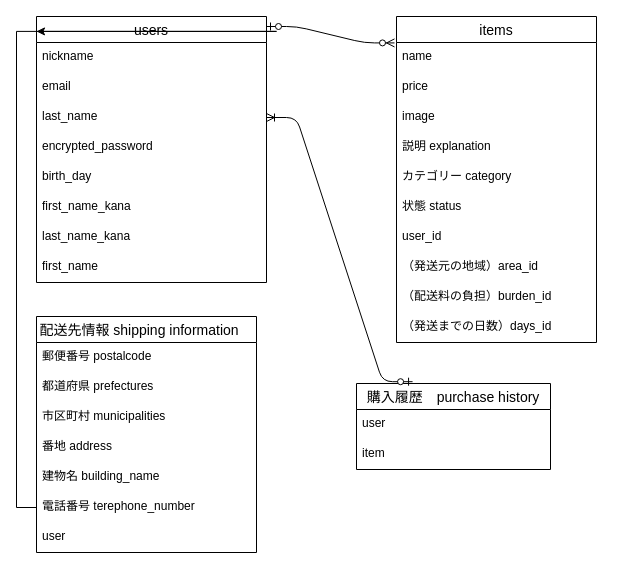
Above: app/views/test.dio in taiga0529/furima-36891 (draw.io), before the change. Source tidied: cells renumbered, new cells numbered last; positions are measured from the earlier drawing's top-left corner, leaving out a move shared by most shapes. Both pictures are drawn from the tidied source at 100%, with x=0, y=0 at pixel (36, 16).
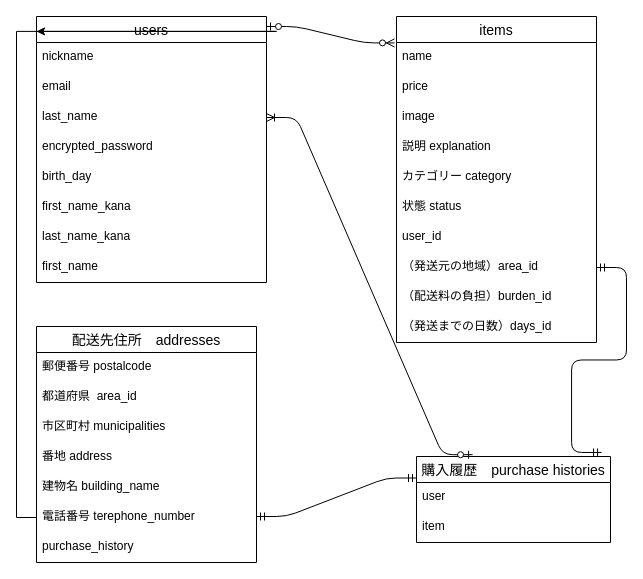
The same page after the edit.

Commit message (it also covers changes not shown here):
データベース設計の修正４

The change refers to these unchanged cells:
```xml
<mxCell id="19" value="（発送元の地域）area_id" style="text;strokeColor=none;fillColor=none;spacingLeft=4;spacingRight=4;overflow=hidden;points=[[0,0.5],[1,0.5]];portConstraint=eastwest;fontSize=12;" parent="11" vertex="1">
  <mxGeometry y="236" width="200" height="30" as="geometry" />
</mxCell>
```

What changed in the source:
```diff
@@
-    <mxCell id="22" value="配送先情報 shipping information　" style="swimlane;fontStyle=0;horizontal=1;startSize=26;align=center;fontSize=14;" parent="1" vertex="1">
-      <mxGeometry y="300" width="220" height="236" as="geometry" />
+    <mxCell id="22" value="配送先住所　addresses" style="swimlane;fontStyle=0;horizontal=1;startSize=26;align=center;fontSize=14;" parent="1" vertex="1">
+      <mxGeometry y="310" width="220" height="236" as="geometry" />
     </mxCell>
@@
-    <mxCell id="24" value="都道府県 prefectures" style="text;strokeColor=none;fillColor=none;spacingLeft=4;spacingRight=4;overflow=hidden;fontSize=12;" parent="22" vertex="1">
+    <mxCell id="24" value="都道府県  area_id " style="text;strokeColor=none;fillColor=none;spacingLeft=4;spacingRight=4;overflow=hidden;fontSize=12;" parent="22" vertex="1">
       <mxGeometry y="56" width="220" height="30" as="geometry" />
     </mxCell>
@@
-    <mxCell id="29" value="user" style="text;strokeColor=none;fillColor=none;spacingLeft=4;spacingRight=4;overflow=hidden;fontSize=12;" parent="22" vertex="1">
+    <mxCell id="29" value="purchase_history" style="text;strokeColor=none;fillColor=none;spacingLeft=4;spacingRight=4;overflow=hidden;fontSize=12;" parent="22" vertex="1">
       <mxGeometry y="206" width="220" height="30" as="geometry" />
     </mxCell>
@@
-    <mxCell id="32" value="購入履歴　purchase history" style="swimlane;fontStyle=0;horizontal=1;startSize=26;align=center;fontSize=14;" parent="1" vertex="1">
-      <mxGeometry x="320" y="367" width="194" height="86" as="geometry" />
+    <mxCell id="32" value="購入履歴　purchase histories" style="swimlane;fontStyle=0;horizontal=1;startSize=26;align=center;fontSize=14;" parent="1" vertex="1">
+      <mxGeometry x="380" y="440" width="194" height="86" as="geometry" />
     </mxCell>
@@
+    <mxCell id="36" style="edgeStyle=entityRelationEdgeStyle;fontSize=12;html=1;endArrow=ERmandOne;startArrow=ERmandOne;exitX=1;exitY=0.5;exitDx=0;exitDy=0;entryX=0.954;entryY=-0.047;entryDx=0;entryDy=0;entryPerimeter=0;" parent="1" edge="1" source="19" target="32">
+      <mxGeometry relative="1" as="geometry" />
+    </mxCell>
+    <mxCell id="37" style="edgeStyle=entityRelationEdgeStyle;fontSize=12;html=1;endArrow=ERmandOne;startArrow=ERmandOne;entryX=0;entryY=0.25;entryDx=0;entryDy=0;" parent="1" edge="1" target="32">
+      <mxGeometry relative="1" as="geometry">
+        <mxPoint x="220" y="500" as="sourcePoint" />
+      </mxGeometry>
+    </mxCell>
```
